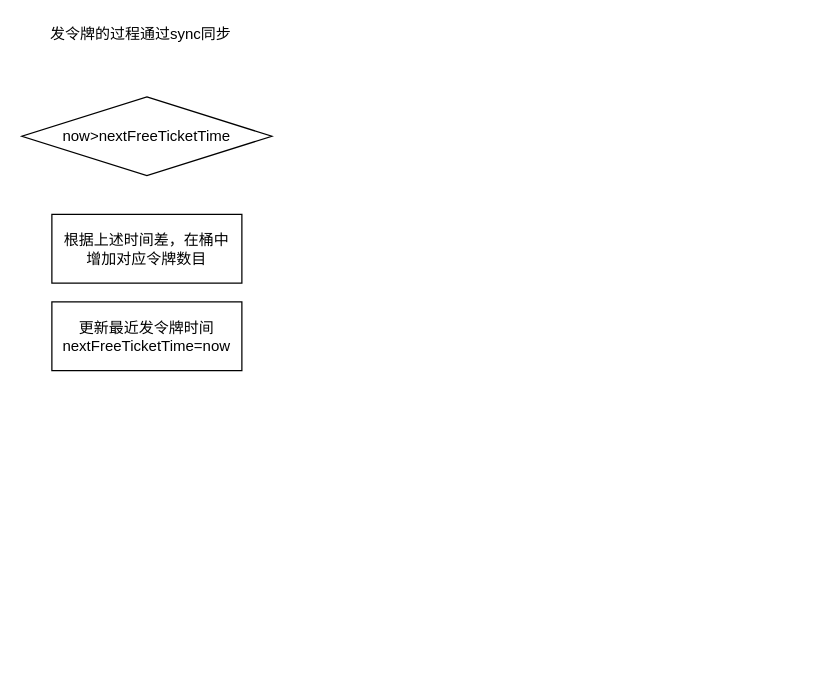
Before: ratelimiter.drawio in MihirrajDixit/drawio, a draw.io diagram. Source tidied: cells renumbered, new cells numbered last; positions are measured from the earlier drawing's top-left corner, leaving out a move shared by most shapes. Both pictures are drawn from the tidied source at 125%, with x=0, y=0 at pixel (21, 21).
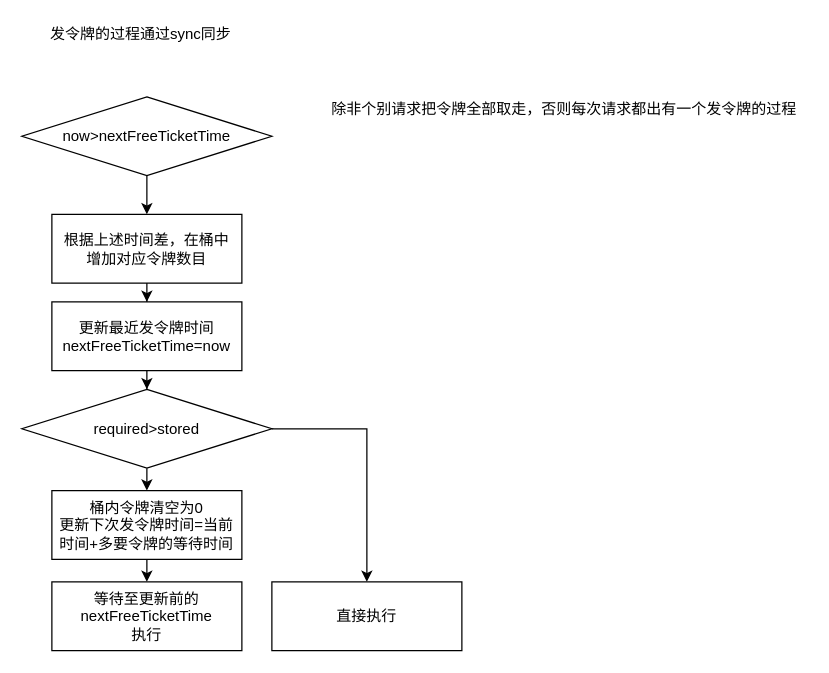
After the change.

What changed in the source:
```diff
@@
 <mxGraphModel>
   <root>
     <mxCell id="0" />
     <mxCell id="1" parent="0" />
+    <mxCell id="6" style="edgeStyle=orthogonalEdgeStyle;rounded=0;jettySize=auto;html=1;exitX=0.5;exitY=1;exitDx=0;exitDy=0;entryX=0.5;entryY=0;entryDx=0;entryDy=0;" parent="1" edge="1" source="2" target="3">
+      <mxGeometry relative="1" as="geometry" />
+    </mxCell>
     <mxCell id="2" value="now&amp;gt;nextFreeTicketTime" style="rhombus;whiteSpace=wrap;html=1;" parent="1" vertex="1">
       <mxGeometry y="60" width="200" height="63" as="geometry" />
     </mxCell>
+    <mxCell id="7" style="edgeStyle=orthogonalEdgeStyle;rounded=0;jettySize=auto;html=1;exitX=0.5;exitY=1;exitDx=0;exitDy=0;" parent="1" edge="1" source="3" target="4">
+      <mxGeometry relative="1" as="geometry" />
+    </mxCell>
     <mxCell id="3" value="根据上述时间差，在桶中&lt;br&gt;增加对应令牌数目" style="rounded=0;whiteSpace=wrap;html=1;" parent="1" vertex="1">
       <mxGeometry x="24" y="154" width="152" height="55" as="geometry" />
     </mxCell>
+    <mxCell id="8" style="edgeStyle=orthogonalEdgeStyle;rounded=0;jettySize=auto;html=1;exitX=0.5;exitY=1;exitDx=0;exitDy=0;" parent="1" edge="1" source="4" target="12">
+      <mxGeometry relative="1" as="geometry" />
+    </mxCell>
     <mxCell id="4" value="更新最近发令牌时间&lt;br&gt;nextFreeTicketTime=now" style="rounded=0;whiteSpace=wrap;html=1;" parent="1" vertex="1">
       <mxGeometry x="24" y="224" width="152" height="55" as="geometry" />
     </mxCell>
     <mxCell id="5" value="发令牌的过程通过sync同步" style="text;html=1;align=left;verticalAlign=top;spacingTop=-4;" parent="1" vertex="1">
       <mxGeometry x="21" width="155" height="14" as="geometry" />
     </mxCell>
+    <mxCell id="9" value="除非个别请求把令牌全部取走，否则每次请求都出有一个发令牌的过程" style="text;html=1;align=left;verticalAlign=top;spacingTop=-4;" parent="1" vertex="1">
+      <mxGeometry x="246" y="60" width="382" height="14" as="geometry" />
+    </mxCell>
+    <mxCell id="10" style="edgeStyle=orthogonalEdgeStyle;rounded=0;jettySize=auto;html=1;exitX=0.5;exitY=1;exitDx=0;exitDy=0;entryX=0.5;entryY=0;entryDx=0;entryDy=0;" parent="1" edge="1" source="12" target="14">
+      <mxGeometry relative="1" as="geometry" />
+    </mxCell>
+    <mxCell id="11" style="edgeStyle=orthogonalEdgeStyle;rounded=0;jettySize=auto;html=1;exitX=1;exitY=0.5;exitDx=0;exitDy=0;entryX=0.5;entryY=0;entryDx=0;entryDy=0;" parent="1" edge="1" source="12" target="16">
+      <mxGeometry relative="1" as="geometry" />
+    </mxCell>
+    <mxCell id="12" value="required&amp;gt;stored" style="rhombus;whiteSpace=wrap;html=1;" parent="1" vertex="1">
+      <mxGeometry y="294" width="200" height="63" as="geometry" />
+    </mxCell>
+    <mxCell id="13" style="edgeStyle=orthogonalEdgeStyle;rounded=0;jettySize=auto;html=1;exitX=0.5;exitY=1;exitDx=0;exitDy=0;entryX=0.5;entryY=0;entryDx=0;entryDy=0;" parent="1" edge="1" source="14" target="15">
+      <mxGeometry relative="1" as="geometry" />
+    </mxCell>
+    <mxCell id="14" value="桶内令牌清空为0&lt;br&gt;更新下次发令牌时间=当前时间+多要令牌的等待时间" style="rounded=0;whiteSpace=wrap;html=1;" parent="1" vertex="1">
+      <mxGeometry x="24" y="375" width="152" height="55" as="geometry" />
+    </mxCell>
+    <mxCell id="15" value="等待至更新前的nextFreeTicketTime&lt;br&gt;执行" style="rounded=0;whiteSpace=wrap;html=1;" parent="1" vertex="1">
+      <mxGeometry x="24" y="448" width="152" height="55" as="geometry" />
+    </mxCell>
+    <mxCell id="16" value="直接执行" style="rounded=0;whiteSpace=wrap;html=1;" parent="1" vertex="1">
+      <mxGeometry x="200" y="448" width="152" height="55" as="geometry" />
+    </mxCell>
   </root>
 </mxGraphModel>
```
